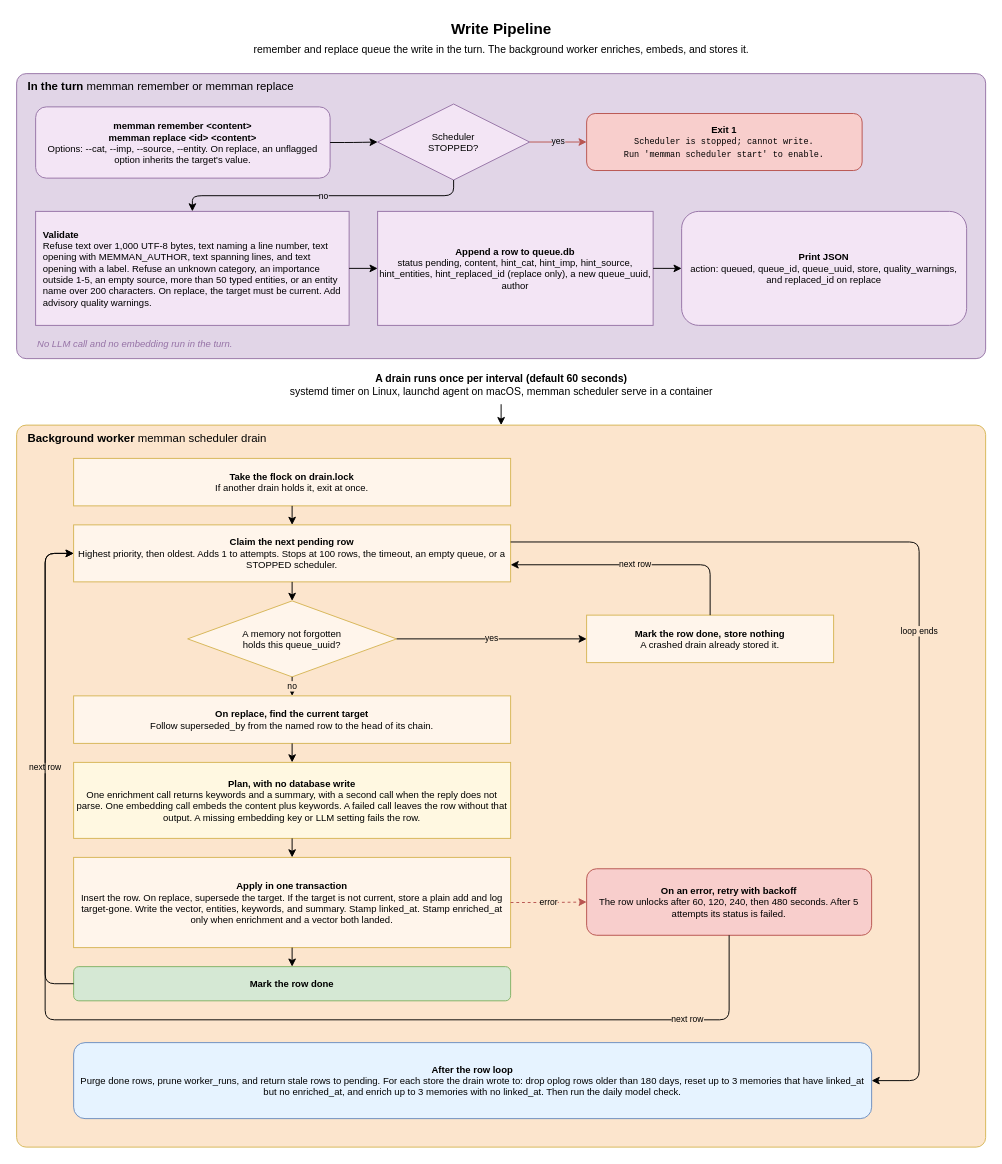
Above: docs/diagrams/04-remember-pipeline.drawio in bissli/memman (draw.io), before the change. Source tidied: cells renumbered, new cells numbered last; positions are measured from the earlier drawing's top-left corner, leaving out a move shared by most shapes. Both pictures are drawn from the tidied source at 95%, with x=0, y=0 at pixel (16, 16).
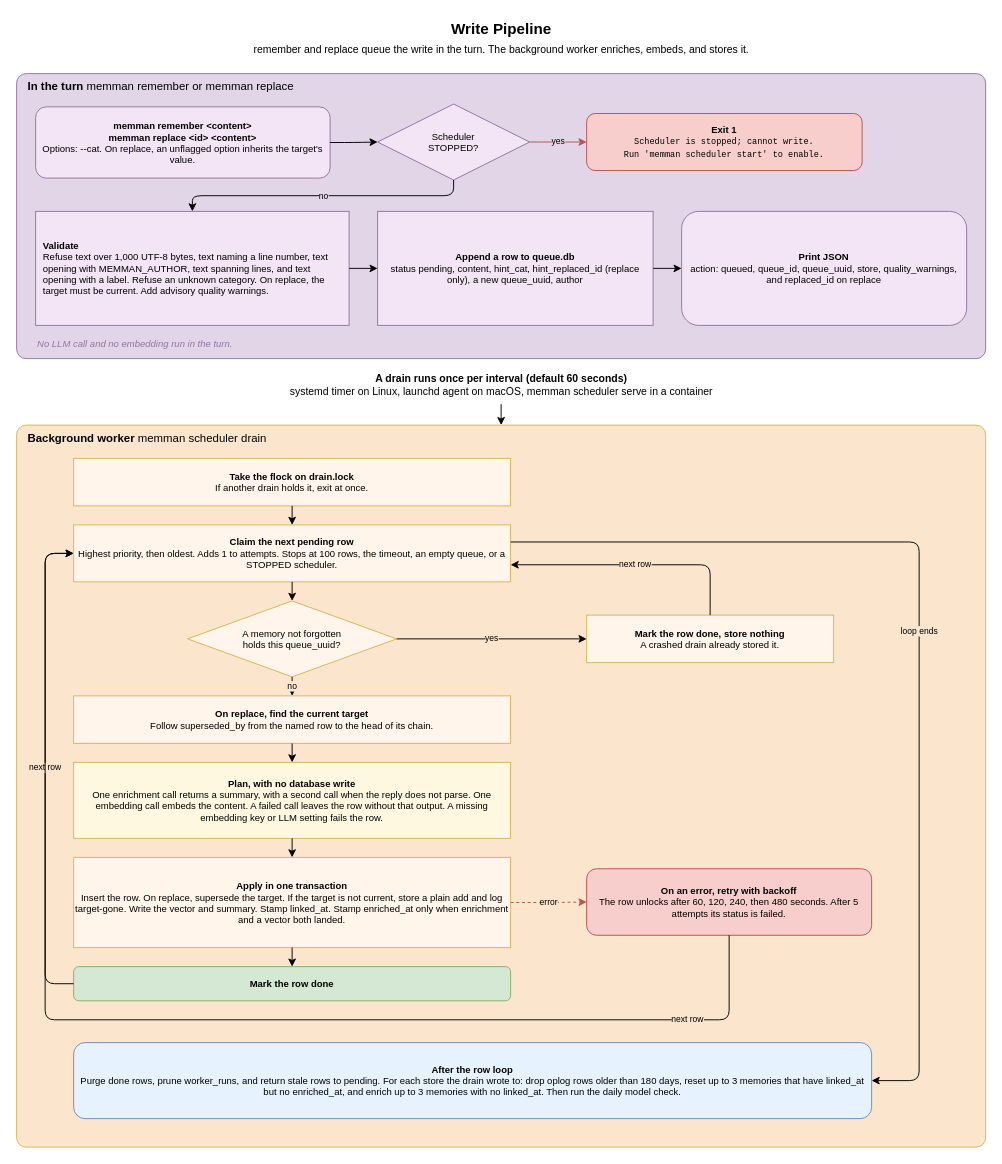
After the change.

What changed in the source:
```diff
@@
-    <mxCell id="4" value="&lt;b&gt;memman remember &amp;lt;content&amp;gt;&lt;br&gt;memman replace &amp;lt;id&amp;gt; &amp;lt;content&amp;gt;&lt;/b&gt;&lt;br&gt;Options: --cat, --imp, --source, --entity. On replace, an unflagged option inherits the target's value." style="rounded=1;whiteSpace=wrap;html=1;fillColor=#F3E5F5;strokeColor=#9673a6;fontSize=10;" parent="1" vertex="1">
+    <mxCell id="4" value="&lt;b&gt;memman remember &amp;lt;content&amp;gt;&lt;br&gt;memman replace &amp;lt;id&amp;gt; &amp;lt;content&amp;gt;&lt;/b&gt;&lt;br&gt;Options: --cat. On replace, an unflagged option inherits the target's value." style="rounded=1;whiteSpace=wrap;html=1;fillColor=#F3E5F5;strokeColor=#9673a6;fontSize=10;" parent="1" vertex="1">
       <mxGeometry x="20" y="95" width="310" height="75" as="geometry" />
     </mxCell>
@@
-    <mxCell id="7" value="&lt;b&gt;Validate&lt;/b&gt;&lt;br&gt;Refuse text over 1,000 UTF-8 bytes, text naming a line number, text opening with MEMMAN_AUTHOR, text spanning lines, and text opening with a label. Refuse an unknown category, an importance outside 1-5, an empty source, more than 50 typed entities, or an entity name over 200 characters. On replace, the target must be current. Add advisory quality warnings." style="rounded=0;whiteSpace=wrap;html=1;fillColor=#F3E5F5;strokeColor=#9673a6;fontSize=10;align=left;spacingLeft=6;spacingRight=6;" parent="1" vertex="1">
+    <mxCell id="7" value="&lt;b&gt;Validate&lt;/b&gt;&lt;br&gt;Refuse text over 1,000 UTF-8 bytes, text naming a line number, text opening with MEMMAN_AUTHOR, text spanning lines, and text opening with a label. Refuse an unknown category. On replace, the target must be current. Add advisory quality warnings." style="rounded=0;whiteSpace=wrap;html=1;fillColor=#F3E5F5;strokeColor=#9673a6;fontSize=10;align=left;spacingLeft=6;spacingRight=6;" parent="1" vertex="1">
       <mxGeometry x="20" y="205" width="330" height="120" as="geometry" />
     </mxCell>
-    <mxCell id="8" value="&lt;b&gt;Append a row to queue.db&lt;/b&gt;&lt;br&gt;status pending, content, hint_cat, hint_imp, hint_source, hint_entities, hint_replaced_id (replace only), a new queue_uuid, author" style="rounded=0;whiteSpace=wrap;html=1;fillColor=#F3E5F5;strokeColor=#9673a6;fontSize=10;" parent="1" vertex="1">
+    <mxCell id="8" value="&lt;b&gt;Append a row to queue.db&lt;/b&gt;&lt;br&gt;status pending, content, hint_cat, hint_replaced_id (replace only), a new queue_uuid, author" style="rounded=0;whiteSpace=wrap;html=1;fillColor=#F3E5F5;strokeColor=#9673a6;fontSize=10;" parent="1" vertex="1">
       <mxGeometry x="380" y="205" width="290" height="120" as="geometry" />
     </mxCell>
@@
-    <mxCell id="24" value="&lt;b&gt;Plan, with no database write&lt;/b&gt;&lt;br&gt;One enrichment call returns keywords and a summary, with a second call when the reply does not parse. One embedding call embeds the content plus keywords. A failed call leaves the row without that output. A missing embedding key or LLM setting fails the row." style="rounded=0;whiteSpace=wrap;html=1;fillColor=#FFF8E1;strokeColor=#d6b656;fontSize=10;" parent="1" vertex="1">
+    <mxCell id="24" value="&lt;b&gt;Plan, with no database write&lt;/b&gt;&lt;br&gt;One enrichment call returns a summary, with a second call when the reply does not parse. One embedding call embeds the content. A failed call leaves the row without that output. A missing embedding key or LLM setting fails the row." style="rounded=0;whiteSpace=wrap;html=1;fillColor=#FFF8E1;strokeColor=#d6b656;fontSize=10;" parent="1" vertex="1">
       <mxGeometry x="60" y="785" width="460" height="80" as="geometry" />
     </mxCell>
-    <mxCell id="25" value="&lt;b&gt;Apply in one transaction&lt;/b&gt;&lt;br&gt;Insert the row. On replace, supersede the target. If the target is not current, store a plain add and log target-gone. Write the vector, entities, keywords, and summary. Stamp linked_at. Stamp enriched_at only when enrichment and a vector both landed." style="rounded=0;whiteSpace=wrap;html=1;fillColor=#FFF5EB;strokeColor=#d6b656;fontSize=10;" parent="1" vertex="1">
+    <mxCell id="25" value="&lt;b&gt;Apply in one transaction&lt;/b&gt;&lt;br&gt;Insert the row. On replace, supersede the target. If the target is not current, store a plain add and log target-gone. Write the vector and summary. Stamp linked_at. Stamp enriched_at only when enrichment and a vector both landed." style="rounded=0;whiteSpace=wrap;html=1;fillColor=#FFF5EB;strokeColor=#d6b656;fontSize=10;" parent="1" vertex="1">
       <mxGeometry x="60" y="885" width="460" height="95" as="geometry" />
     </mxCell>
```
